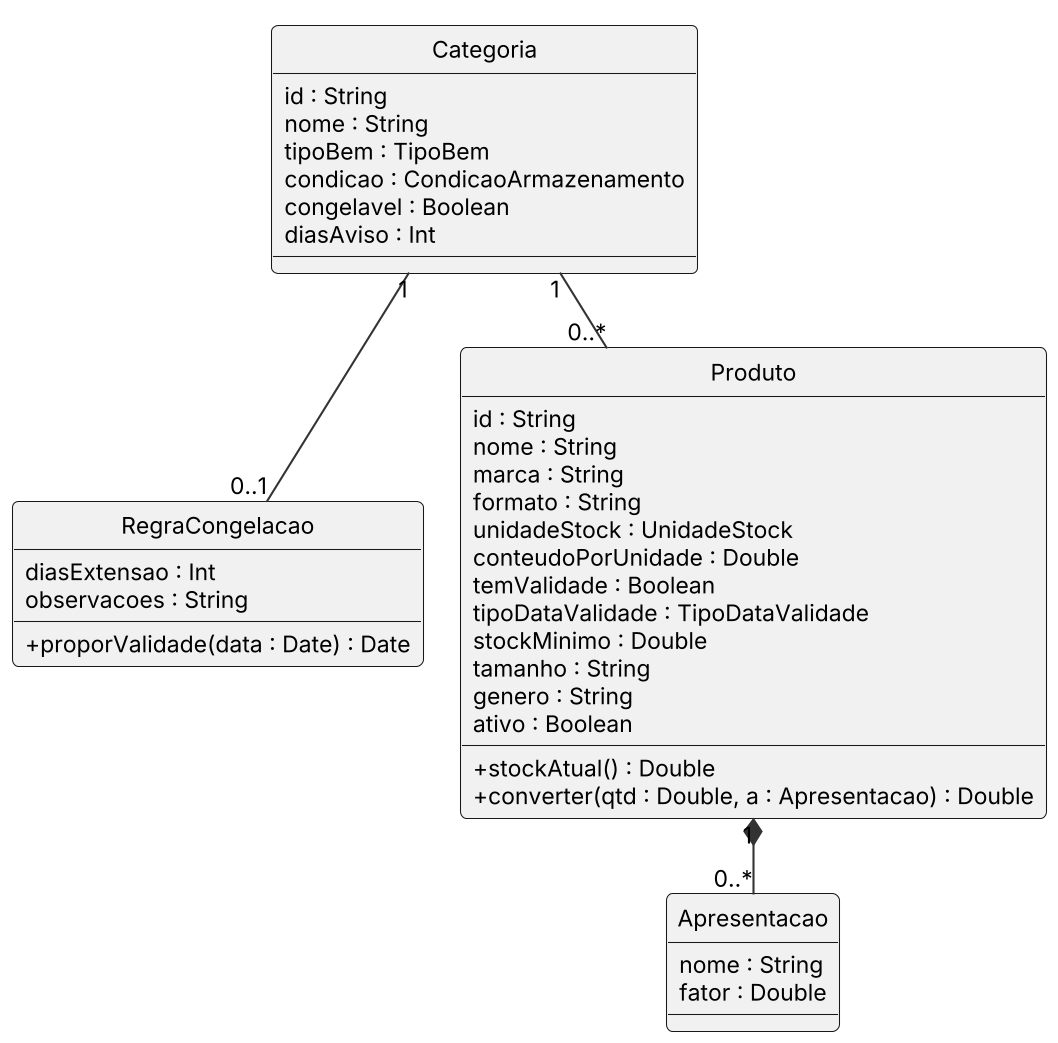
Earlier version of the PlantUML export Docs/diagramas/cl_catalogo.png (Miguel31028/GASC).
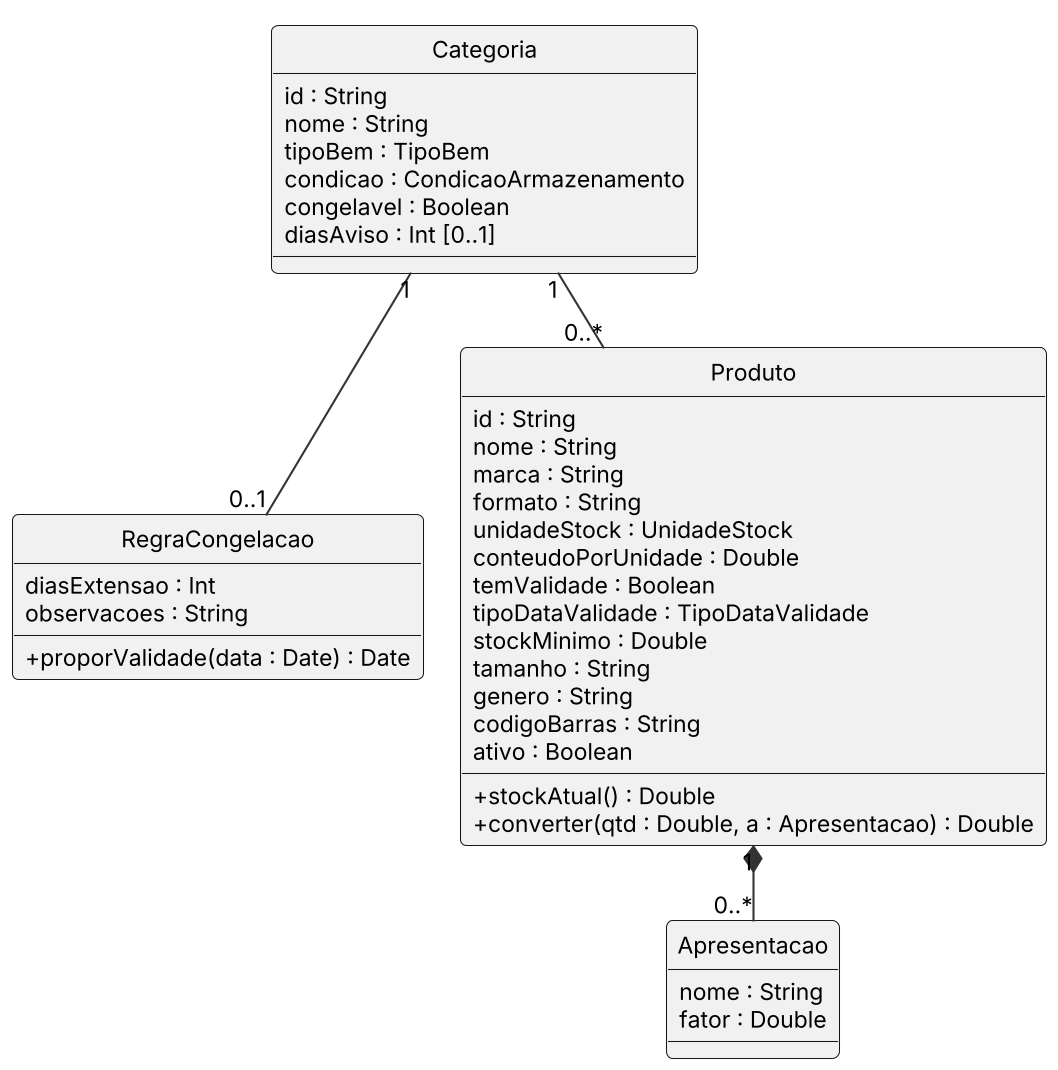
The same file after the commit.

Change to the diagram source:
```diff
@@ -8,7 +8,7 @@
   tipoBem : TipoBem
   condicao : CondicaoArmazenamento
   congelavel : Boolean
-  diasAviso : Int
+  diasAviso : Int [0..1]
 }
 class RegraCongelacao {
   diasExtensao : Int
@@ -27,6 +27,7 @@
   stockMinimo : Double
   tamanho : String
   genero : String
+  codigoBarras : String
   ativo : Boolean
   +stockAtual() : Double
   +converter(qtd : Double, a : Apresentacao) : Double
```
